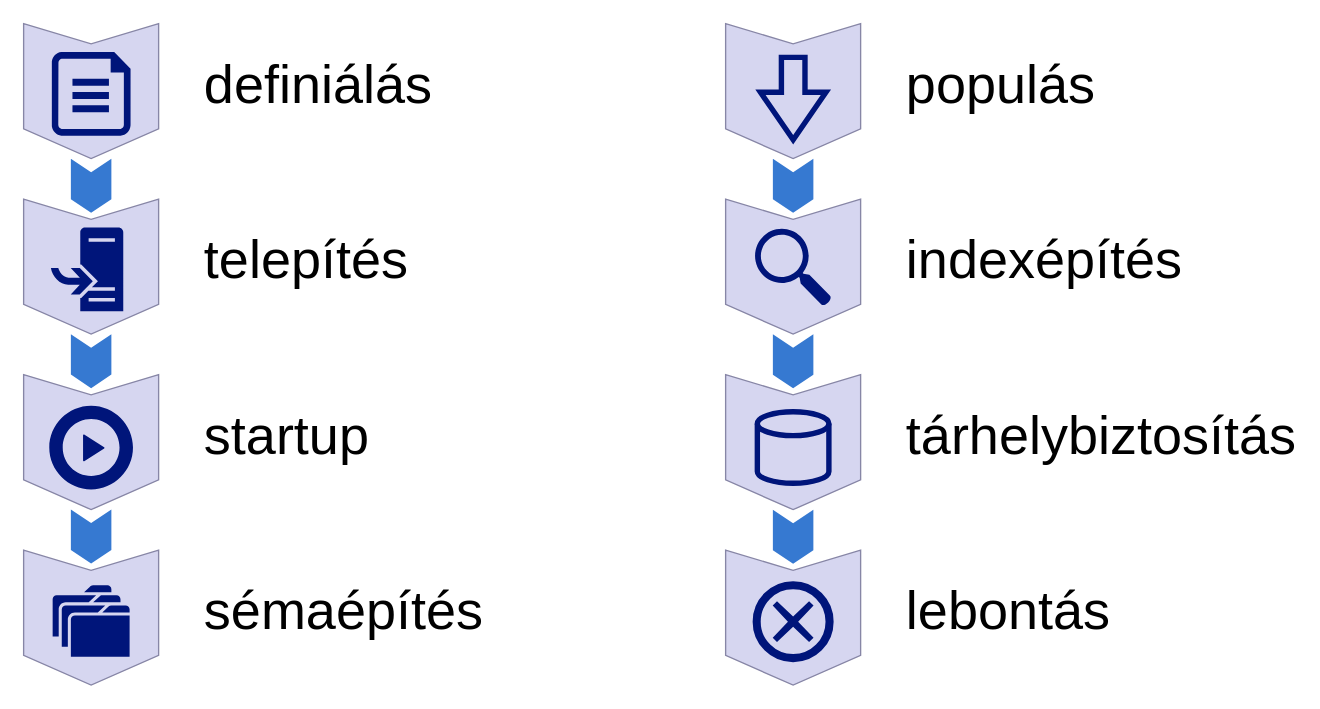
Earlier version of the draw.io diagram prez/src/diagram/database-tasks.drawio (davidsusu/holodb-tdk). Source tidied: cells renumbered, new cells numbered last; positions are measured from the earlier drawing's top-left corner, leaving out a move shared by most shapes. Both pictures are drawn from the tidied source at 135%, with x=0, y=0 at pixel (23, 23).
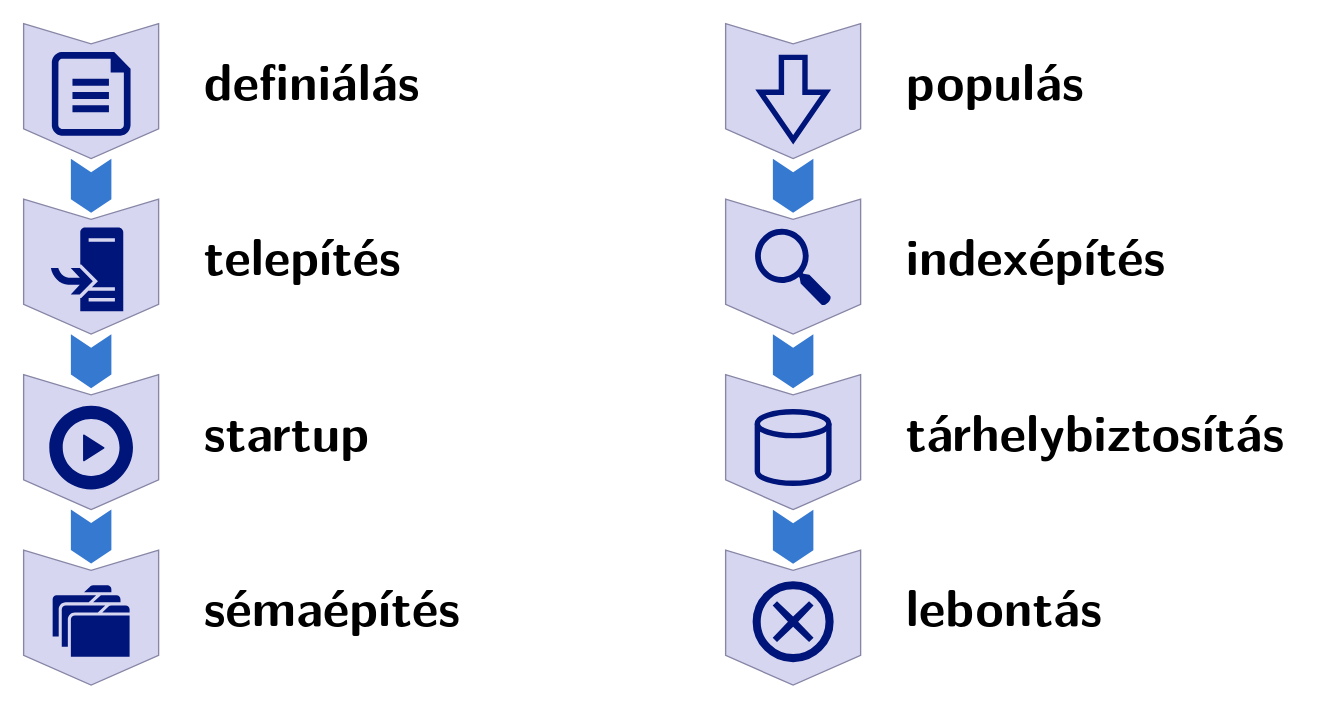
The same page after the edit.

Diff of the diagram source:
```diff
@@
-    <mxCell id="3" value="definiálás" style="text;strokeColor=none;fillColor=none;html=1;fontSize=40;fontStyle=0;verticalAlign=middle;align=left;fontFamily=Helvetica;horizontal=1;" parent="1" vertex="1">
-      <mxGeometry x="132" y="11" width="290" height="65" as="geometry" />
+    <mxCell id="3" value="definiálás" style="text;strokeColor=none;fillColor=none;html=1;fontSize=38;fontStyle=1;verticalAlign=middle;align=left;fontFamily=Latin Modern Sans;horizontal=1;" parent="1" vertex="1">
+      <mxGeometry x="132" y="8" width="290" height="65" as="geometry" />
     </mxCell>
@@
-    <mxCell id="6" value="telepítés" style="text;strokeColor=none;fillColor=none;html=1;fontSize=40;fontStyle=0;verticalAlign=middle;align=left;fontFamily=Helvetica;horizontal=1;" parent="1" vertex="1">
-      <mxGeometry x="132" y="141" width="290" height="65" as="geometry" />
+    <mxCell id="6" value="telepítés" style="text;strokeColor=none;fillColor=none;html=1;fontSize=38;fontStyle=1;verticalAlign=middle;align=left;fontFamily=Latin Modern Sans;horizontal=1;" parent="1" vertex="1">
+      <mxGeometry x="132" y="138" width="290" height="65" as="geometry" />
     </mxCell>
@@
-    <mxCell id="9" value="startup" style="text;strokeColor=none;fillColor=none;html=1;fontSize=40;fontStyle=0;verticalAlign=middle;align=left;fontFamily=Helvetica;horizontal=1;" parent="1" vertex="1">
-      <mxGeometry x="132" y="271" width="290" height="65" as="geometry" />
+    <mxCell id="9" value="startup" style="text;strokeColor=none;fillColor=none;html=1;fontSize=38;fontStyle=1;verticalAlign=middle;align=left;fontFamily=Latin Modern Sans;horizontal=1;" parent="1" vertex="1">
+      <mxGeometry x="132" y="268" width="290" height="65" as="geometry" />
     </mxCell>
@@
-    <mxCell id="12" value="sémaépítés" style="text;strokeColor=none;fillColor=none;html=1;fontSize=40;fontStyle=0;verticalAlign=middle;align=left;fontFamily=Helvetica;horizontal=1;" parent="1" vertex="1">
-      <mxGeometry x="132" y="401" width="290" height="65" as="geometry" />
+    <mxCell id="12" value="sémaépítés" style="text;strokeColor=none;fillColor=none;html=1;fontSize=38;fontStyle=1;verticalAlign=middle;align=left;fontFamily=Latin Modern Sans;horizontal=1;" parent="1" vertex="1">
+      <mxGeometry x="132" y="398" width="290" height="65" as="geometry" />
     </mxCell>
@@
-    <mxCell id="14" value="populás" style="text;strokeColor=none;fillColor=none;html=1;fontSize=40;fontStyle=0;verticalAlign=middle;align=left;fontFamily=Helvetica;horizontal=1;" parent="1" vertex="1">
-      <mxGeometry x="652" y="11" width="290" height="65" as="geometry" />
+    <mxCell id="14" value="populás" style="text;strokeColor=none;fillColor=none;html=1;fontSize=38;fontStyle=1;verticalAlign=middle;align=left;fontFamily=Latin Modern Sans;horizontal=1;" parent="1" vertex="1">
+      <mxGeometry x="652" y="8" width="290" height="65" as="geometry" />
     </mxCell>
@@
-    <mxCell id="17" value="indexépítés" style="text;strokeColor=none;fillColor=none;html=1;fontSize=40;fontStyle=0;verticalAlign=middle;align=left;fontFamily=Helvetica;horizontal=1;" parent="1" vertex="1">
-      <mxGeometry x="652" y="141" width="290" height="65" as="geometry" />
+    <mxCell id="17" value="indexépítés" style="text;strokeColor=none;fillColor=none;html=1;fontSize=38;fontStyle=1;verticalAlign=middle;align=left;fontFamily=Latin Modern Sans;horizontal=1;" parent="1" vertex="1">
+      <mxGeometry x="652" y="138" width="290" height="65" as="geometry" />
     </mxCell>
@@
-    <mxCell id="20" value="tárhelybiztosítás" style="text;strokeColor=none;fillColor=none;html=1;fontSize=40;fontStyle=0;verticalAlign=middle;align=left;fontFamily=Helvetica;horizontal=1;" parent="1" vertex="1">
-      <mxGeometry x="652" y="271" width="290" height="65" as="geometry" />
+    <mxCell id="20" value="tárhelybiztosítás" style="text;strokeColor=none;fillColor=none;html=1;fontSize=38;fontStyle=1;verticalAlign=middle;align=left;fontFamily=Latin Modern Sans;horizontal=1;" parent="1" vertex="1">
+      <mxGeometry x="652" y="268" width="290" height="65" as="geometry" />
     </mxCell>
@@
-    <mxCell id="23" value="lebontás" style="text;strokeColor=none;fillColor=none;html=1;fontSize=40;fontStyle=0;verticalAlign=middle;align=left;fontFamily=Helvetica;horizontal=1;" parent="1" vertex="1">
-      <mxGeometry x="652" y="401" width="290" height="65" as="geometry" />
+    <mxCell id="23" value="lebontás" style="text;strokeColor=none;fillColor=none;html=1;fontSize=38;fontStyle=1;verticalAlign=middle;align=left;fontFamily=Latin Modern Sans;horizontal=1;" parent="1" vertex="1">
+      <mxGeometry x="652" y="398" width="290" height="65" as="geometry" />
     </mxCell>
```
